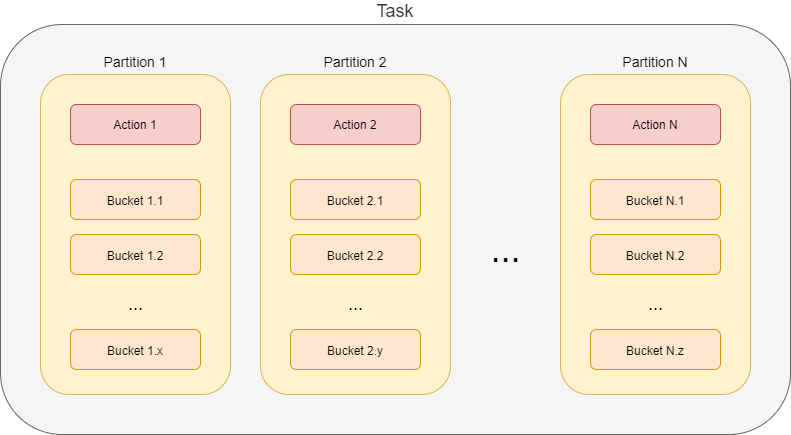
The draw.io diagram midpoint/midscale/design/tasks/task-composition-buckets.png in Evolveum/docs, before a commit. Source tidied: cells renumbered, new cells last; positions are measured from the earlier drawing's top-left corner, leaving out a move shared by most shapes. Source of this version:
```xml
<mxGraphModel>
  <root>
    <mxCell id="0" />
    <mxCell id="1" parent="0" />
    <mxCell id="2" value="Task" style="rounded=1;whiteSpace=wrap;html=1;fontSize=18;labelPosition=center;verticalLabelPosition=top;align=center;verticalAlign=bottom;fillColor=#f5f5f5;strokeColor=#666666;fontColor=#333333;" parent="1" vertex="1">
      <mxGeometry width="790" height="410" as="geometry" />
    </mxCell>
    <mxCell id="3" value="&lt;font style=&quot;font-size: 14px&quot;&gt;Partition N&lt;/font&gt;" style="rounded=1;whiteSpace=wrap;html=1;fontSize=18;labelPosition=center;verticalLabelPosition=top;align=center;verticalAlign=bottom;fillColor=#fff2cc;strokeColor=#d6b656;" parent="1" vertex="1">
      <mxGeometry x="560" y="50" width="190" height="320" as="geometry" />
    </mxCell>
    <mxCell id="4" value="&lt;font style=&quot;font-size: 14px&quot;&gt;Partition 2&lt;/font&gt;" style="rounded=1;whiteSpace=wrap;html=1;fontSize=18;labelPosition=center;verticalLabelPosition=top;align=center;verticalAlign=bottom;fillColor=#fff2cc;strokeColor=#d6b656;" parent="1" vertex="1">
      <mxGeometry x="260" y="50" width="190" height="320" as="geometry" />
    </mxCell>
    <mxCell id="5" value="&lt;font style=&quot;font-size: 14px&quot;&gt;Partition 1&lt;/font&gt;" style="rounded=1;whiteSpace=wrap;html=1;fontSize=18;labelPosition=center;verticalLabelPosition=top;align=center;verticalAlign=bottom;fillColor=#fff2cc;strokeColor=#d6b656;" parent="1" vertex="1">
      <mxGeometry x="40" y="50" width="190" height="320" as="geometry" />
    </mxCell>
    <mxCell id="6" value="&lt;font style=&quot;font-size: 36px&quot;&gt;...&lt;/font&gt;" style="text;html=1;align=center;verticalAlign=middle;fontSize=18;" parent="1" vertex="1">
      <mxGeometry x="480" y="210" width="50" height="30" as="geometry" />
    </mxCell>
    <mxCell id="7" value="&lt;font style=&quot;font-size: 12px&quot;&gt;Bucket 1.1&lt;/font&gt;" style="rounded=1;whiteSpace=wrap;html=1;fontSize=18;labelPosition=center;verticalLabelPosition=middle;align=center;verticalAlign=middle;fillColor=#ffe6cc;strokeColor=#d79b00;" parent="1" vertex="1">
      <mxGeometry x="70" y="155" width="130" height="40" as="geometry" />
    </mxCell>
    <mxCell id="8" value="&lt;font style=&quot;font-size: 18px;&quot;&gt;...&lt;/font&gt;" style="text;html=1;align=center;verticalAlign=middle;fontSize=18;" parent="1" vertex="1">
      <mxGeometry x="120" y="265" width="30" height="30" as="geometry" />
    </mxCell>
    <mxCell id="9" value="&lt;font style=&quot;font-size: 12px&quot;&gt;Bucket 1.2&lt;/font&gt;" style="rounded=1;whiteSpace=wrap;html=1;fontSize=18;labelPosition=center;verticalLabelPosition=middle;align=center;verticalAlign=middle;fillColor=#ffe6cc;strokeColor=#d79b00;" parent="1" vertex="1">
      <mxGeometry x="70" y="210" width="130" height="40" as="geometry" />
    </mxCell>
    <mxCell id="10" value="&lt;font style=&quot;font-size: 12px&quot;&gt;Bucket 1.x&lt;/font&gt;" style="rounded=1;whiteSpace=wrap;html=1;fontSize=18;labelPosition=center;verticalLabelPosition=middle;align=center;verticalAlign=middle;fillColor=#ffe6cc;strokeColor=#d79b00;" parent="1" vertex="1">
      <mxGeometry x="70" y="305" width="130" height="40" as="geometry" />
    </mxCell>
    <mxCell id="11" value="&lt;font style=&quot;font-size: 12px&quot;&gt;Bucket 2.1&lt;/font&gt;" style="rounded=1;whiteSpace=wrap;html=1;fontSize=18;labelPosition=center;verticalLabelPosition=middle;align=center;verticalAlign=middle;fillColor=#ffe6cc;strokeColor=#d79b00;" parent="1" vertex="1">
      <mxGeometry x="290" y="155" width="130" height="40" as="geometry" />
    </mxCell>
    <mxCell id="12" value="&lt;font style=&quot;font-size: 18px;&quot;&gt;...&lt;/font&gt;" style="text;html=1;align=center;verticalAlign=middle;fontSize=18;" parent="1" vertex="1">
      <mxGeometry x="340" y="265" width="30" height="30" as="geometry" />
    </mxCell>
    <mxCell id="13" value="&lt;font style=&quot;font-size: 12px&quot;&gt;Bucket 2.2&lt;/font&gt;" style="rounded=1;whiteSpace=wrap;html=1;fontSize=18;labelPosition=center;verticalLabelPosition=middle;align=center;verticalAlign=middle;fillColor=#ffe6cc;strokeColor=#d79b00;" parent="1" vertex="1">
      <mxGeometry x="290" y="210" width="130" height="40" as="geometry" />
    </mxCell>
    <mxCell id="14" value="&lt;font style=&quot;font-size: 12px&quot;&gt;Bucket 2.y&lt;/font&gt;" style="rounded=1;whiteSpace=wrap;html=1;fontSize=18;labelPosition=center;verticalLabelPosition=middle;align=center;verticalAlign=middle;fillColor=#ffe6cc;strokeColor=#d79b00;" parent="1" vertex="1">
      <mxGeometry x="290" y="305" width="130" height="40" as="geometry" />
    </mxCell>
    <mxCell id="15" value="&lt;font style=&quot;font-size: 12px&quot;&gt;Bucket N.1&lt;/font&gt;" style="rounded=1;whiteSpace=wrap;html=1;fontSize=18;labelPosition=center;verticalLabelPosition=middle;align=center;verticalAlign=middle;fillColor=#ffe6cc;strokeColor=#d79b00;" parent="1" vertex="1">
      <mxGeometry x="590" y="155" width="130" height="40" as="geometry" />
    </mxCell>
    <mxCell id="16" value="&lt;font style=&quot;font-size: 18px;&quot;&gt;...&lt;/font&gt;" style="text;html=1;align=center;verticalAlign=middle;fontSize=18;" parent="1" vertex="1">
      <mxGeometry x="640" y="265" width="30" height="30" as="geometry" />
    </mxCell>
    <mxCell id="17" value="&lt;font style=&quot;font-size: 12px&quot;&gt;Bucket N.2&lt;/font&gt;" style="rounded=1;whiteSpace=wrap;html=1;fontSize=18;labelPosition=center;verticalLabelPosition=middle;align=center;verticalAlign=middle;fillColor=#ffe6cc;strokeColor=#d79b00;" parent="1" vertex="1">
      <mxGeometry x="590" y="210" width="130" height="40" as="geometry" />
    </mxCell>
    <mxCell id="18" value="&lt;font style=&quot;font-size: 12px&quot;&gt;Bucket N.z&lt;/font&gt;" style="rounded=1;whiteSpace=wrap;html=1;fontSize=18;labelPosition=center;verticalLabelPosition=middle;align=center;verticalAlign=middle;fillColor=#ffe6cc;strokeColor=#d79b00;" parent="1" vertex="1">
      <mxGeometry x="590" y="305" width="130" height="40" as="geometry" />
    </mxCell>
    <mxCell id="19" value="Action 1" style="rounded=1;whiteSpace=wrap;html=1;fillColor=#f8cecc;strokeColor=#b85450;" parent="1" vertex="1">
      <mxGeometry x="70" y="80" width="130" height="40" as="geometry" />
    </mxCell>
    <mxCell id="20" value="Action 2" style="rounded=1;whiteSpace=wrap;html=1;fillColor=#f8cecc;strokeColor=#b85450;" parent="1" vertex="1">
      <mxGeometry x="290" y="80" width="130" height="40" as="geometry" />
    </mxCell>
    <mxCell id="21" value="Action N" style="rounded=1;whiteSpace=wrap;html=1;fillColor=#f8cecc;strokeColor=#b85450;" parent="1" vertex="1">
      <mxGeometry x="590" y="80" width="130" height="40" as="geometry" />
    </mxCell>
  </root>
</mxGraphModel>
```
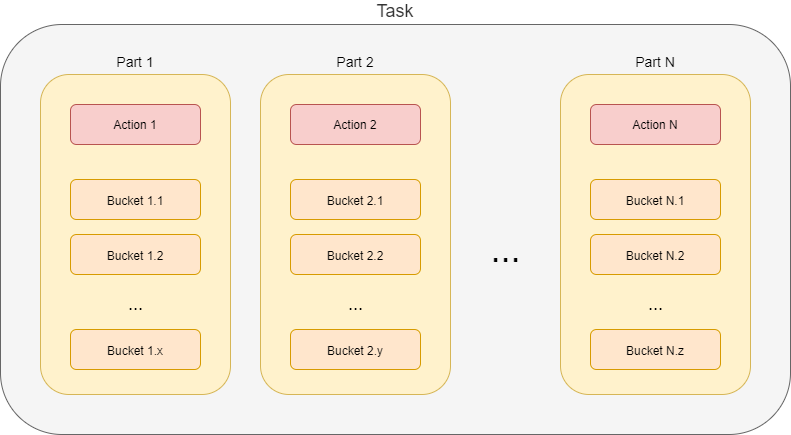
Above is the later version.

Change to the diagram source:
```diff
@@ -5,13 +5,13 @@
     <mxCell id="2" value="Task" style="rounded=1;whiteSpace=wrap;html=1;fontSize=18;labelPosition=center;verticalLabelPosition=top;align=center;verticalAlign=bottom;fillColor=#f5f5f5;strokeColor=#666666;fontColor=#333333;" parent="1" vertex="1">
       <mxGeometry width="790" height="410" as="geometry" />
     </mxCell>
-    <mxCell id="3" value="&lt;font style=&quot;font-size: 14px&quot;&gt;Partition N&lt;/font&gt;" style="rounded=1;whiteSpace=wrap;html=1;fontSize=18;labelPosition=center;verticalLabelPosition=top;align=center;verticalAlign=bottom;fillColor=#fff2cc;strokeColor=#d6b656;" parent="1" vertex="1">
+    <mxCell id="3" value="&lt;font style=&quot;font-size: 14px&quot;&gt;Part N&lt;/font&gt;" style="rounded=1;whiteSpace=wrap;html=1;fontSize=18;labelPosition=center;verticalLabelPosition=top;align=center;verticalAlign=bottom;fillColor=#fff2cc;strokeColor=#d6b656;" parent="1" vertex="1">
       <mxGeometry x="560" y="50" width="190" height="320" as="geometry" />
     </mxCell>
-    <mxCell id="4" value="&lt;font style=&quot;font-size: 14px&quot;&gt;Partition 2&lt;/font&gt;" style="rounded=1;whiteSpace=wrap;html=1;fontSize=18;labelPosition=center;verticalLabelPosition=top;align=center;verticalAlign=bottom;fillColor=#fff2cc;strokeColor=#d6b656;" parent="1" vertex="1">
+    <mxCell id="4" value="&lt;font style=&quot;font-size: 14px&quot;&gt;Part 2&lt;/font&gt;" style="rounded=1;whiteSpace=wrap;html=1;fontSize=18;labelPosition=center;verticalLabelPosition=top;align=center;verticalAlign=bottom;fillColor=#fff2cc;strokeColor=#d6b656;" parent="1" vertex="1">
       <mxGeometry x="260" y="50" width="190" height="320" as="geometry" />
     </mxCell>
-    <mxCell id="5" value="&lt;font style=&quot;font-size: 14px&quot;&gt;Partition 1&lt;/font&gt;" style="rounded=1;whiteSpace=wrap;html=1;fontSize=18;labelPosition=center;verticalLabelPosition=top;align=center;verticalAlign=bottom;fillColor=#fff2cc;strokeColor=#d6b656;" parent="1" vertex="1">
+    <mxCell id="5" value="&lt;font style=&quot;font-size: 14px&quot;&gt;Part 1&lt;/font&gt;" style="rounded=1;whiteSpace=wrap;html=1;fontSize=18;labelPosition=center;verticalLabelPosition=top;align=center;verticalAlign=bottom;fillColor=#fff2cc;strokeColor=#d6b656;" parent="1" vertex="1">
       <mxGeometry x="40" y="50" width="190" height="320" as="geometry" />
     </mxCell>
     <mxCell id="6" value="&lt;font style=&quot;font-size: 36px&quot;&gt;...&lt;/font&gt;" style="text;html=1;align=center;verticalAlign=middle;fontSize=18;" parent="1" vertex="1">
```
